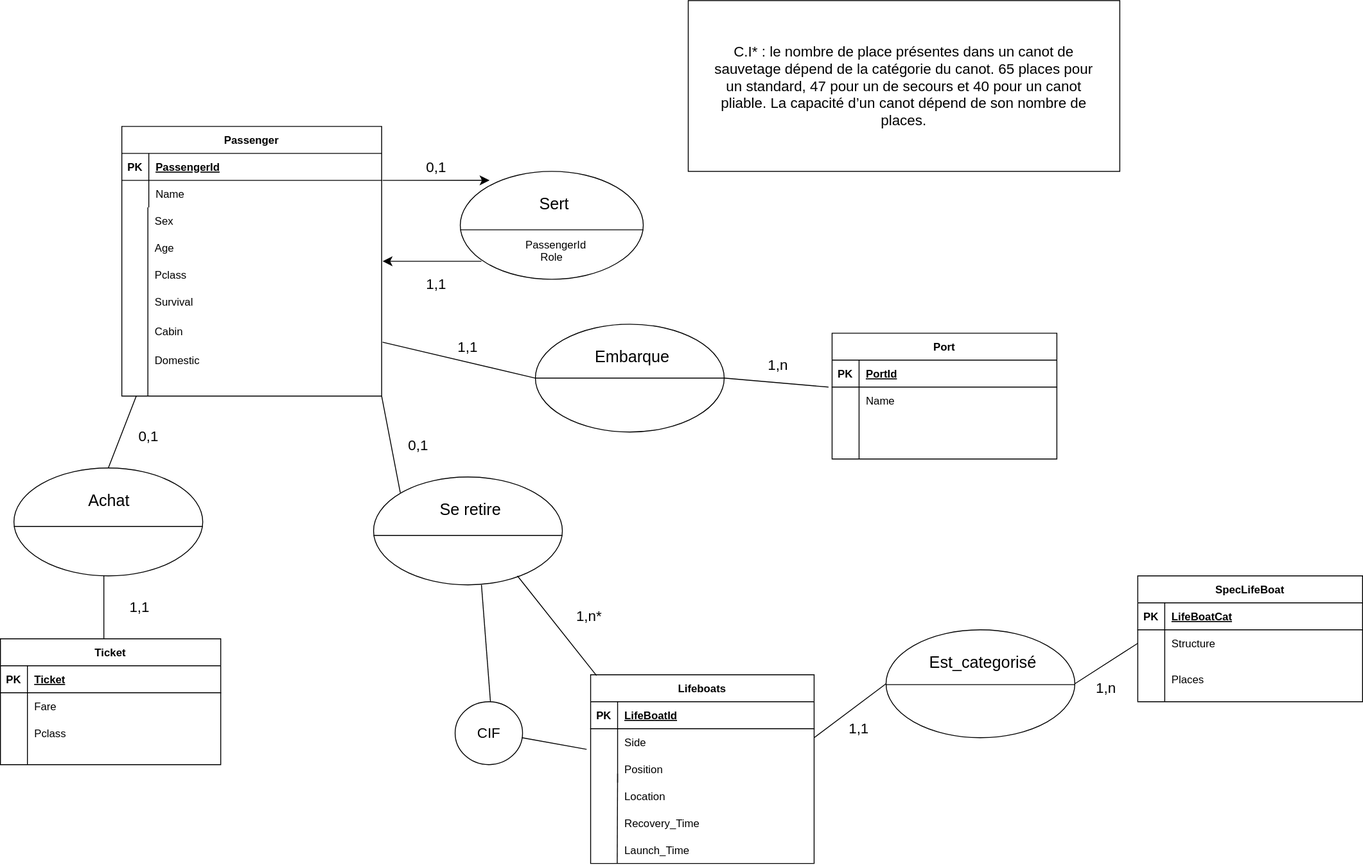
Above: SEA TITANIC.drawio.svg in nico38t/SAE-1.04-TITANIC (draw.io), before the change. Source tidied: cells renumbered, new cells last; positions are measured from the earlier drawing's top-left corner, leaving out a move shared by most shapes.
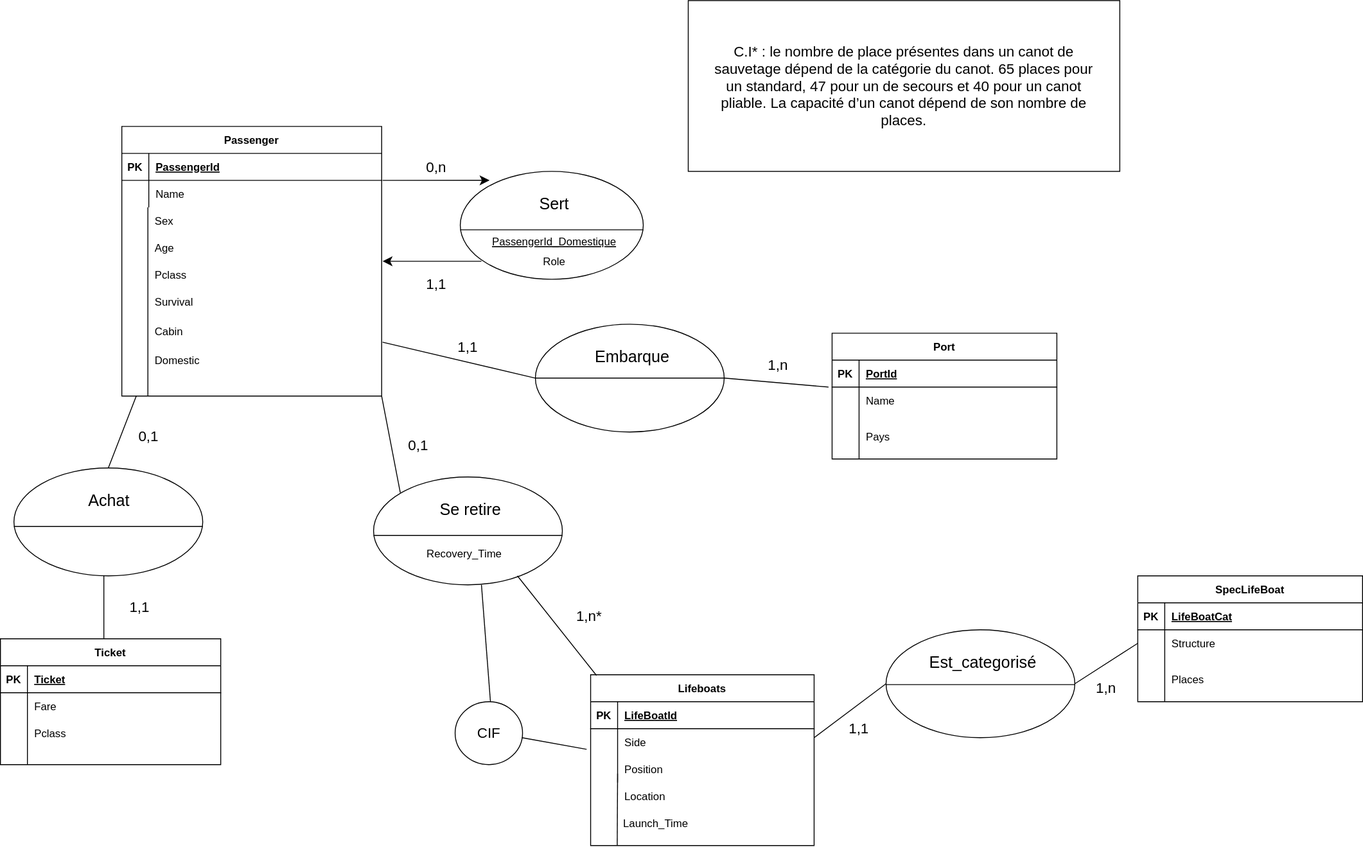
The same diagram one commit later.

What changed in the source:
```diff
@@ -29,7 +29,7 @@
     <mxCell id="10" style="shape=partialRectangle;overflow=hidden;fillColor=none;top=0;left=0;bottom=0;right=0;" parent="9" vertex="1">
       <mxGeometry width="30" height="50" as="geometry" />
     </mxCell>
-    <mxCell id="11" style="shape=partialRectangle;overflow=hidden;fillColor=none;top=0;left=0;bottom=0;right=0;align=left;spacingLeft=6;" parent="9" vertex="1">
+    <mxCell id="11" value="Pays" style="shape=partialRectangle;overflow=hidden;fillColor=none;top=0;left=0;bottom=0;right=0;align=left;spacingLeft=6;" parent="9" vertex="1">
       <mxGeometry x="30" width="220" height="50" as="geometry" />
     </mxCell>
     <mxCell id="12" value="Passenger" style="shape=table;startSize=30;rowLines=0;fontStyle=1;align=center;" parent="1" vertex="1">
@@ -78,7 +78,7 @@
       <mxGeometry x="164" y="375" width="81" height="50" as="geometry" />
     </mxCell>
     <mxCell id="26" value="Lifeboats" style="shape=table;startSize=30;rowLines=0;fontStyle=1;align=center;" parent="1" vertex="1">
-      <mxGeometry x="656.4" y="750" width="248.6" height="210" as="geometry" />
+      <mxGeometry x="656.4" y="750" width="248.6" height="190" as="geometry" />
     </mxCell>
     <mxCell id="27" style="shape=partialRectangle;fillColor=none;top=0;left=0;right=0;bottom=1;" parent="26" vertex="1">
       <mxGeometry y="30" width="248.6" height="30" as="geometry" />
@@ -111,17 +111,17 @@
       <mxGeometry x="686.4" y="870" width="178.6" height="30" as="geometry" />
     </mxCell>
     <mxCell id="37" value="Recovery_Time" style="shape=partialRectangle;overflow=hidden;fillColor=none;top=0;left=0;bottom=0;right=0;align=left;spacingLeft=6;" parent="1" vertex="1">
-      <mxGeometry x="686.4" y="900" width="98.6" height="30" as="geometry" />
+      <mxGeometry x="461.4" y="600" width="113.6" height="30" as="geometry" />
     </mxCell>
     <mxCell id="38" value="Launch_Time" style="shape=partialRectangle;overflow=hidden;fillColor=none;top=0;left=0;bottom=0;right=0;align=left;spacingLeft=6;" parent="1" vertex="1">
-      <mxGeometry x="686.4" y="930" width="108.6" height="30" as="geometry" />
+      <mxGeometry x="685" y="900" width="108.6" height="30" as="geometry" />
     </mxCell>
     <mxCell id="39" value="Side" style="shape=partialRectangle;overflow=hidden;fillColor=none;top=0;left=0;bottom=0;right=0;align=left;spacingLeft=6;" parent="1" vertex="1">
       <mxGeometry x="686.4" y="810" width="118.6" height="30" as="geometry" />
     </mxCell>
     <mxCell id="40" style="endArrow=none;html=1;rounded=0;" parent="1" edge="1">
       <mxGeometry relative="1" as="geometry">
-        <mxPoint x="686" y="960" as="sourcePoint" />
+        <mxPoint x="686" y="940" as="sourcePoint" />
         <mxPoint x="686.4" y="860" as="targetPoint" />
       </mxGeometry>
     </mxCell>
@@ -137,10 +137,10 @@
         <mxPoint x="715" y="255" as="targetPoint" />
       </mxGeometry>
     </mxCell>
-    <mxCell id="44" value="PassengerId&#10;     Role&#10;" style="shape=partialRectangle;overflow=hidden;fillColor=none;top=0;left=0;bottom=0;right=0;align=left;spacingLeft=6;" parent="1" vertex="1">
-      <mxGeometry x="576.4" y="260" width="80" height="50" as="geometry" />
+    <mxCell id="44" value="PassengerId_Domestique&#10;&#10;" style="shape=partialRectangle;overflow=hidden;fillColor=none;top=0;left=0;bottom=0;right=0;align=center;spacingLeft=6;fontStyle=4;" parent="1" vertex="1">
+      <mxGeometry x="533.9" y="260" width="158.6" height="20" as="geometry" />
     </mxCell>
-    <mxCell id="45" value="0,1" style="text;strokeColor=none;align=center;fillColor=none;html=1;verticalAlign=middle;whiteSpace=wrap;rounded=0;fontSize=16;" parent="1" vertex="1">
+    <mxCell id="45" value="0,n" style="text;strokeColor=none;align=center;fillColor=none;html=1;verticalAlign=middle;whiteSpace=wrap;rounded=0;fontSize=16;" parent="1" vertex="1">
       <mxGeometry x="455" y="170" width="60" height="30" as="geometry" />
     </mxCell>
     <mxCell id="46" value="1,1" style="text;strokeColor=none;align=center;fillColor=none;html=1;verticalAlign=middle;whiteSpace=wrap;rounded=0;fontSize=16;" parent="1" vertex="1">
@@ -234,8 +234,8 @@
         <mxPoint x="625" y="595" as="targetPoint" />
       </mxGeometry>
     </mxCell>
-    <mxCell id="71" style="shape=partialRectangle;overflow=hidden;fillColor=none;top=0;left=0;bottom=0;right=0;align=left;spacingLeft=6;" parent="1" vertex="1">
-      <mxGeometry x="480" y="600" width="80" height="50" as="geometry" />
+    <mxCell id="71" value="Recovery_Time" style="shape=partialRectangle;overflow=hidden;fillColor=none;top=0;left=0;bottom=0;right=0;align=left;spacingLeft=6;" parent="1" vertex="1">
+      <mxGeometry x="466.4" y="590" width="103.6" height="50" as="geometry" />
     </mxCell>
     <mxCell id="72" style="endArrow=none;html=1;rounded=0;fontSize=12;startSize=8;endSize=8;curved=1;entryX=0.026;entryY=0.004;entryDx=0;entryDy=0;entryPerimeter=0;" parent="1" edge="1" target="26">
       <mxGeometry relative="1" as="geometry">
@@ -364,5 +364,8 @@
     <mxCell id="106" value="C.I* : le nombre de place présentes dans un canot de sauvetage dépend de la catégorie du canot. 65 places pour un standard, 47 pour un de secours et 40 pour un canot pliable. La capacité d’un canot dépend de son nombre de places. " style="text;strokeColor=none;align=center;fillColor=none;html=1;verticalAlign=middle;whiteSpace=wrap;rounded=0;fontSize=16;" parent="1" vertex="1">
       <mxGeometry x="790" y="30" width="430" height="130" as="geometry" />
     </mxCell>
+    <mxCell id="107" value="Role" style="shape=partialRectangle;overflow=hidden;fillColor=none;top=0;left=0;bottom=0;right=0;align=center;spacingLeft=6;fontStyle=0;" parent="1" vertex="1">
+      <mxGeometry x="533.9" y="280" width="158.6" height="20" as="geometry" />
+    </mxCell>
   </root>
 </mxGraphModel>
```
